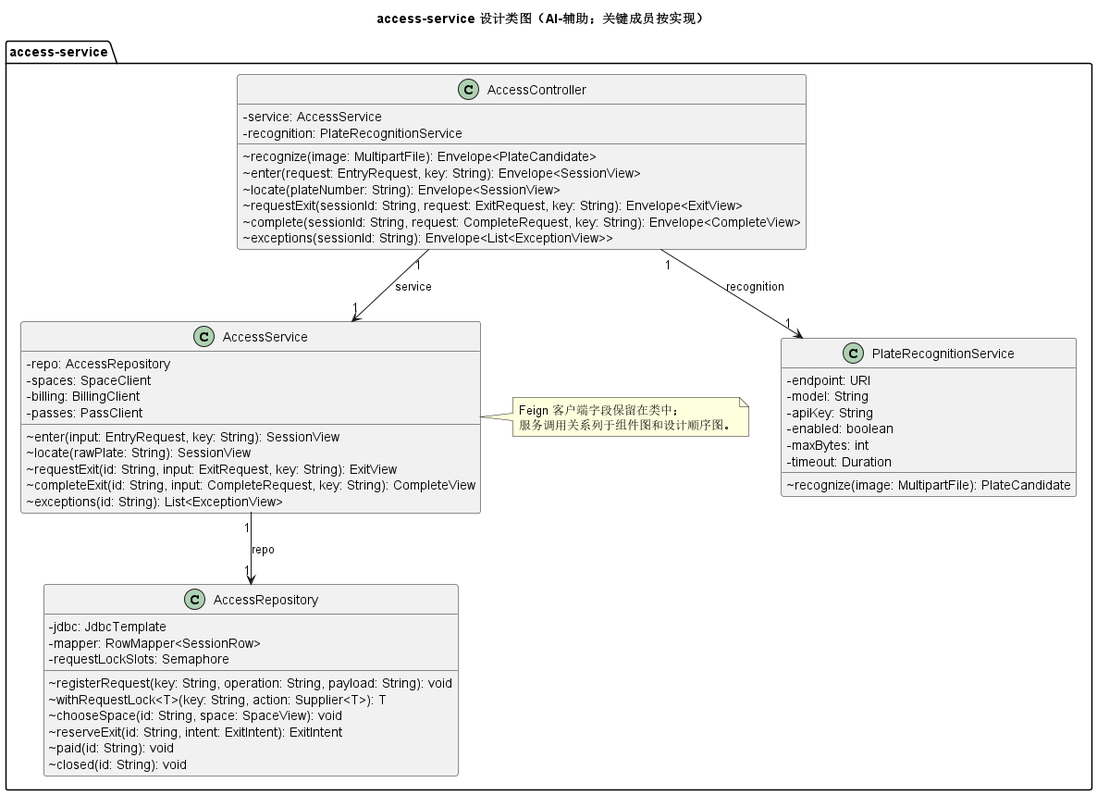
This is models/rendered/15-design-classes.png from Gindama713/UMLWORK, a PlantUML export, as it was before one commit.
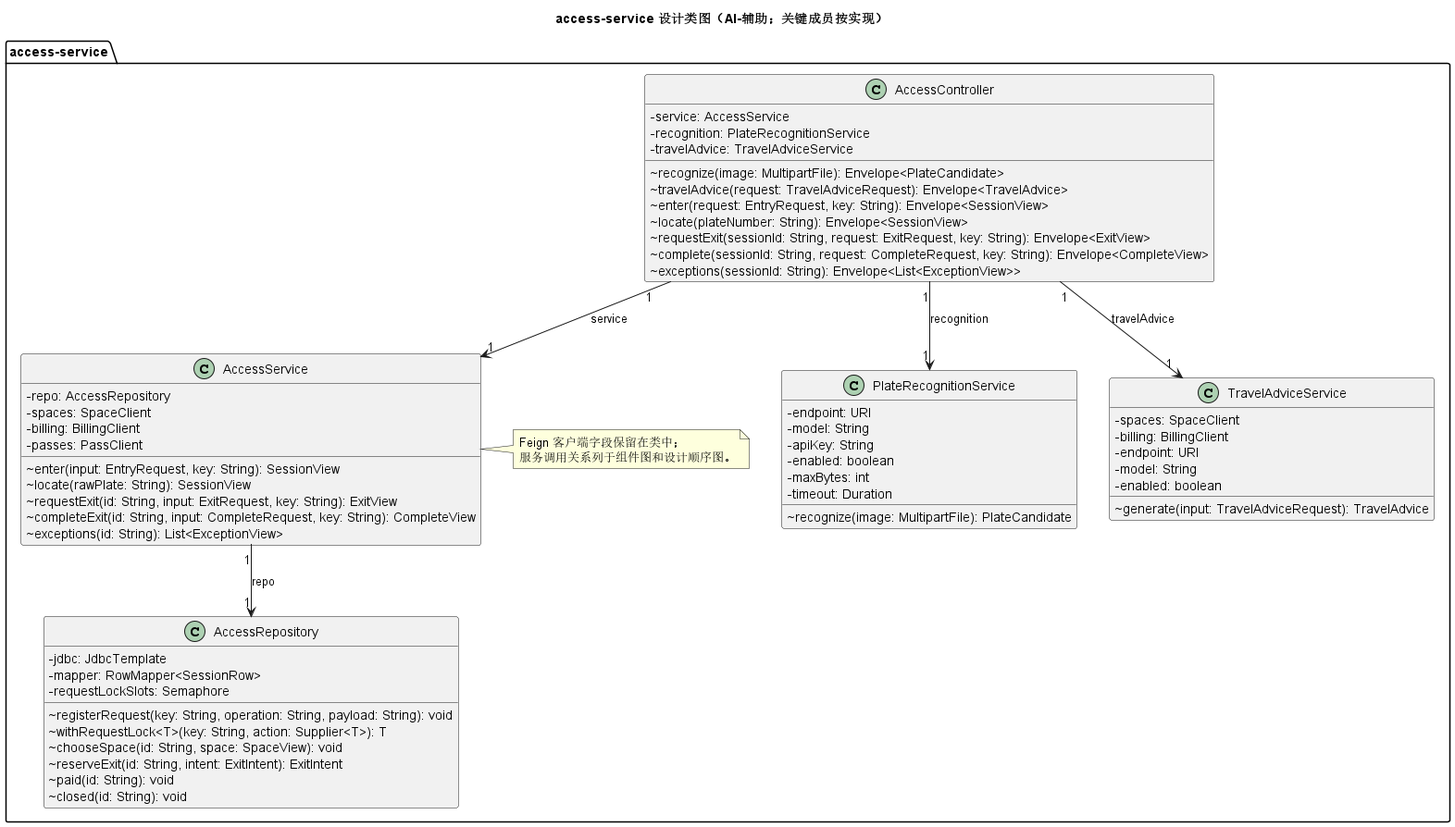
Above is the later version.

Change to the diagram source:
```diff
@@ -6,7 +6,9 @@
   class AccessController {
     -service: AccessService
     -recognition: PlateRecognitionService
+    -travelAdvice: TravelAdviceService
     ~recognize(image: MultipartFile): Envelope<PlateCandidate>
+    ~travelAdvice(request: TravelAdviceRequest): Envelope<TravelAdvice>
     ~enter(request: EntryRequest, key: String): Envelope<SessionView>
     ~locate(plateNumber: String): Envelope<SessionView>
     ~requestExit(sessionId: String, request: ExitRequest, key: String): Envelope<ExitView>
@@ -33,6 +35,14 @@
     -timeout: Duration
     ~recognize(image: MultipartFile): PlateCandidate
   }
+  class TravelAdviceService {
+    -spaces: SpaceClient
+    -billing: BillingClient
+    -endpoint: URI
+    -model: String
+    -enabled: boolean
+    ~generate(input: TravelAdviceRequest): TravelAdvice
+  }
   class AccessRepository {
     -jdbc: JdbcTemplate
     -mapper: RowMapper<SessionRow>
@@ -46,6 +56,7 @@
   }
   AccessController "1" --> "1" AccessService : service
   AccessController "1" --> "1" PlateRecognitionService : recognition
+  AccessController "1" --> "1" TravelAdviceService : travelAdvice
   AccessService "1" --> "1" AccessRepository : repo
   note right of AccessService
     Feign 客户端字段保留在类中；
```
